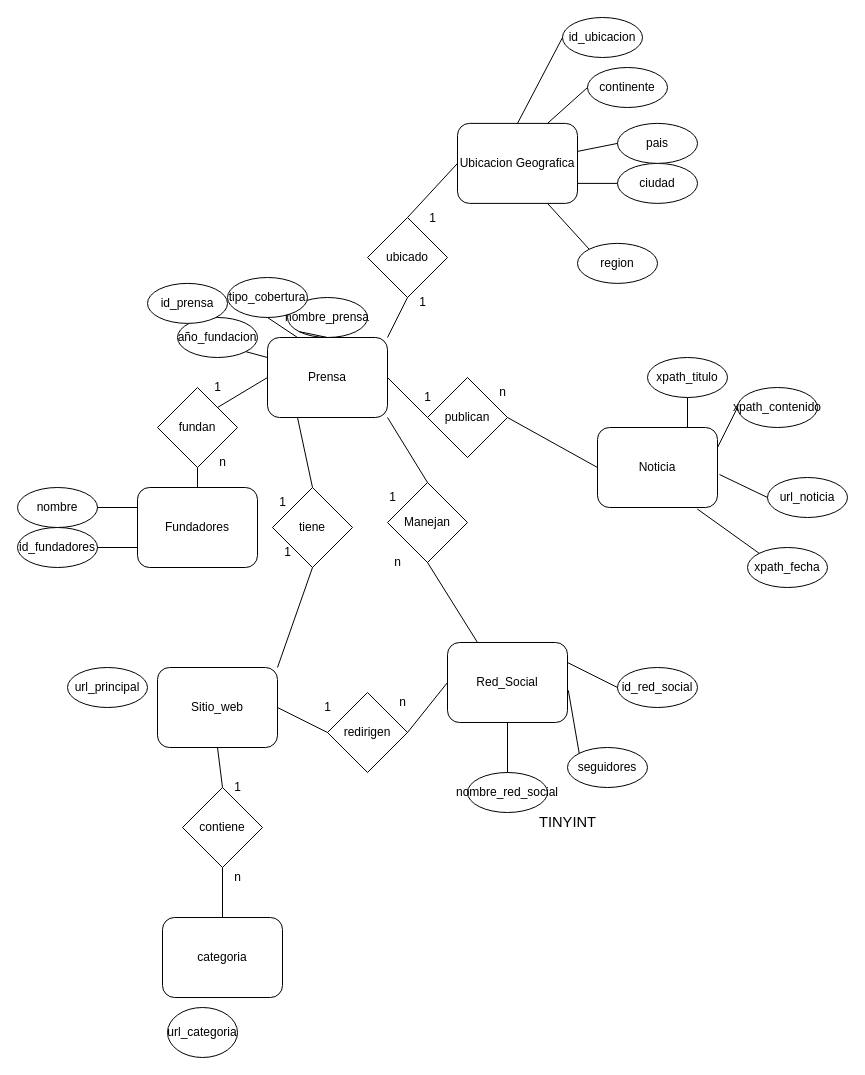
This is Parte-A/CubaMedios.drawio from Paskiben/INFO133-equipo12, a draw.io file, before an edit. Source tidied: cells renumbered, new cells numbered last; positions are measured from the earlier drawing's top-left corner, leaving out a move shared by most shapes. Both pictures are drawn from the tidied source at 100%, with x=0, y=0 at pixel (17, 17).
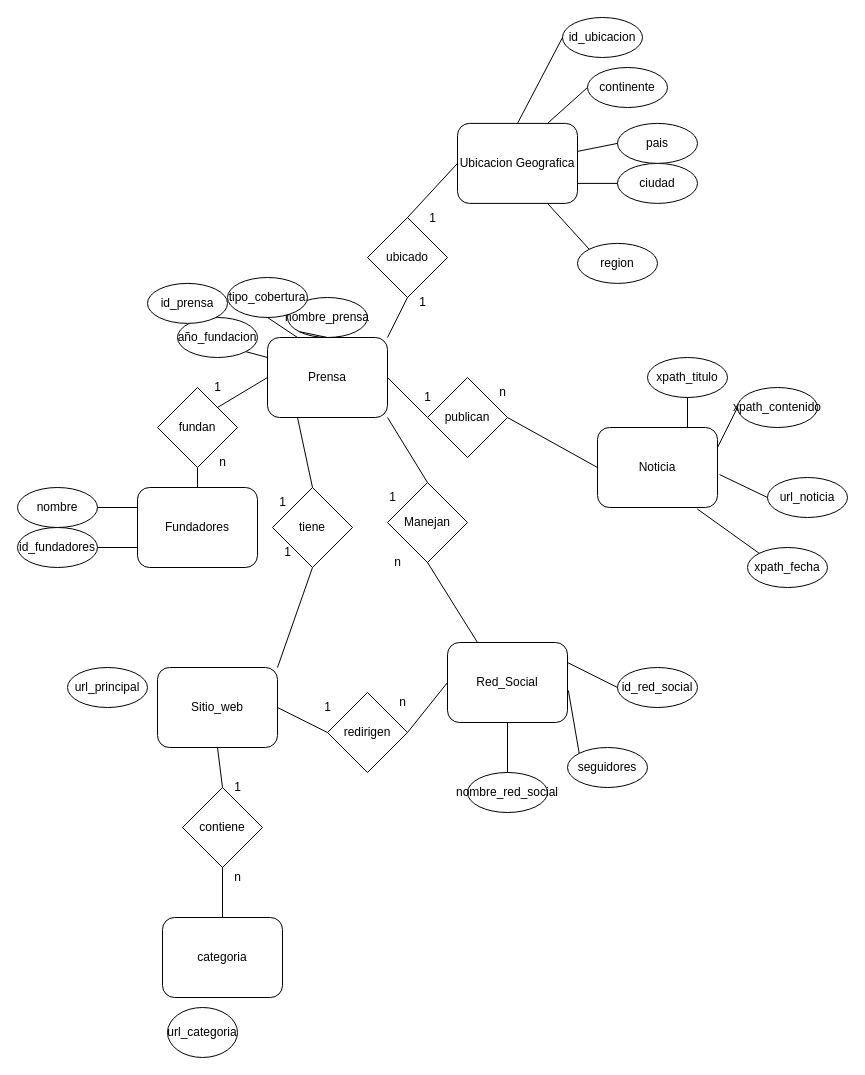
Above is the later version.

The edit, as a diff of the source:
```diff
@@
-    <mxCell id="76" value="&lt;span id=&quot;docs-internal-guid-e5f12cf5-7fff-06d8-b224-874fa55c8236&quot; style=&quot;font-size: 11pt; font-family: Arial; color: rgb(0, 0, 0); background-color: transparent; font-weight: 400; font-style: normal; font-variant: normal; text-decoration: none; vertical-align: baseline;&quot;&gt;TINYINT&lt;/span&gt;" style="text;whiteSpace=wrap;html=1;" parent="1" vertex="1">
-      <mxGeometry x="520" y="790" width="90" height="40" as="geometry" />
-    </mxCell>
```
